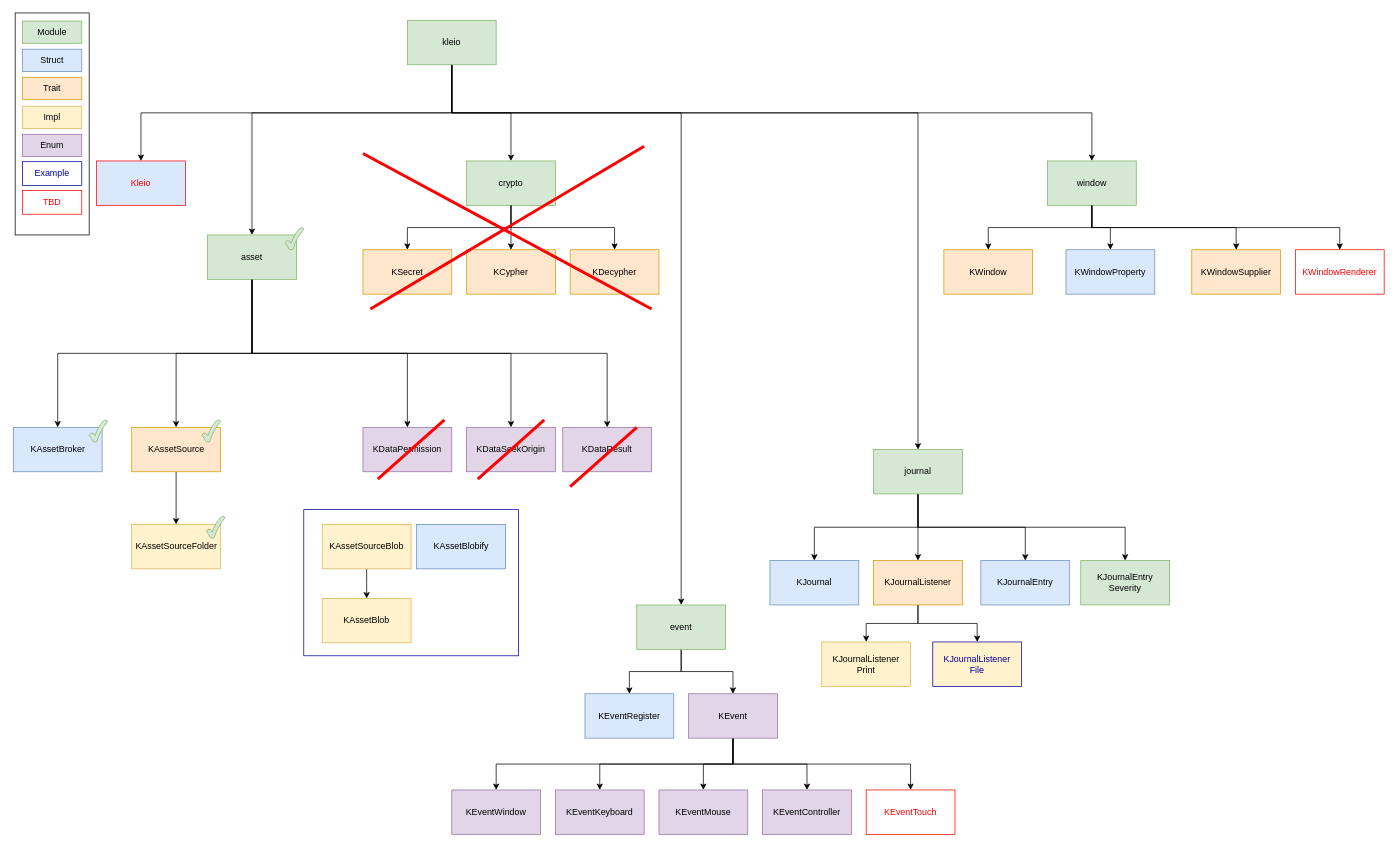
Before: diagram/kleio.drawio in NickelAngeStudio/kleio, a draw.io diagram. Source tidied: cells renumbered, new cells numbered last; positions are measured from the earlier drawing's top-left corner, leaving out a move shared by most shapes. Both pictures are drawn from the tidied source at 74%, with x=0, y=0 at pixel (13, 13).
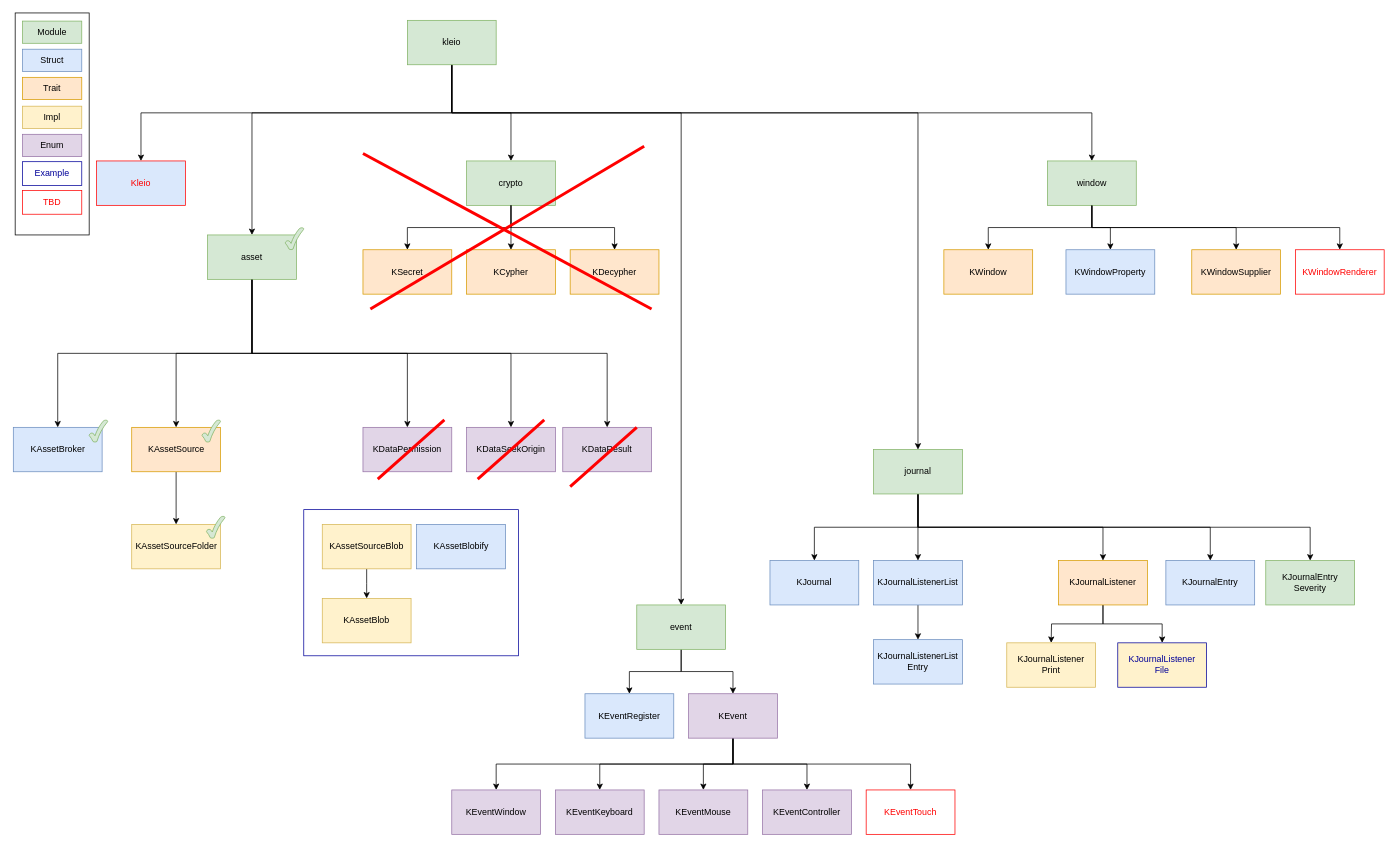
The same page after the edit.

The change refers to these unchanged cells:
```xml
<mxCell id="57" value="journal" style="rounded=0;whiteSpace=wrap;html=1;fillColor=#d5e8d4;strokeColor=#82b366;" parent="1" vertex="1">
  <mxGeometry x="1162" y="590" width="120" height="60" as="geometry" />
</mxCell>
```

The edit, as a diff of the source:
```diff
@@
-    <mxCell id="49" style="edgeStyle=orthogonalEdgeStyle;rounded=0;jettySize=auto;html=1;exitX=0.5;exitY=1;exitDx=0;exitDy=0;entryX=0.5;entryY=0;entryDx=0;entryDy=0;" parent="1" edge="1" source="51" target="60">
-      <mxGeometry relative="1" as="geometry" />
+    <mxCell id="49" style="edgeStyle=orthogonalEdgeStyle;rounded=0;jettySize=auto;html=1;exitX=0.5;exitY=1;exitDx=0;exitDy=0;entryX=0.5;entryY=0;entryDx=0;entryDy=0;" parent="1" edge="1" source="51">
+      <mxGeometry relative="1" as="geometry">
+        <mxPoint x="1402" y="851.2" as="targetPoint" />
+      </mxGeometry>
     </mxCell>
@@
     <mxCell id="51" value="KJournalListener" style="rounded=0;whiteSpace=wrap;html=1;fillColor=#ffe6cc;strokeColor=#d79b00;" parent="1" vertex="1">
-      <mxGeometry x="1162" y="740" width="120" height="60" as="geometry" />
+      <mxGeometry x="1412" y="740" width="120" height="60" as="geometry" />
     </mxCell>
     <mxCell id="52" value="KJournalEntry" style="rounded=0;whiteSpace=wrap;html=1;fillColor=#dae8fc;strokeColor=#6c8ebf;" parent="1" vertex="1">
-      <mxGeometry x="1307" y="740" width="120" height="60" as="geometry" />
+      <mxGeometry x="1557" y="740" width="120" height="60" as="geometry" />
     </mxCell>
@@
+    <mxCell id="91" style="edgeStyle=orthogonalEdgeStyle;rounded=0;jettySize=auto;html=1;exitX=0.5;exitY=1;exitDx=0;exitDy=0;" parent="1" edge="1" source="57" target="93">
+      <mxGeometry relative="1" as="geometry" />
+    </mxCell>
@@
     <mxCell id="60" value="KJournalListener&lt;br&gt;Print" style="rounded=0;whiteSpace=wrap;html=1;fillColor=#fff2cc;strokeColor=#d6b656;" parent="1" vertex="1">
-      <mxGeometry x="1092" y="850" width="120" height="60" as="geometry" />
+      <mxGeometry x="1342" y="851.2" width="120" height="60" as="geometry" />
     </mxCell>
     <mxCell id="61" value="KJournalListener&lt;br&gt;File" style="rounded=0;whiteSpace=wrap;html=1;fillColor=#fff2cc;strokeColor=#000099;fontColor=#000099;" parent="1" vertex="1">
-      <mxGeometry x="1242" y="850" width="120" height="60" as="geometry" />
+      <mxGeometry x="1492" y="851.2" width="120" height="60" as="geometry" />
     </mxCell>
@@
     <mxCell id="90" value="KJournalEntry&lt;br&gt;Severity" style="rounded=0;whiteSpace=wrap;html=1;fillColor=#d5e8d4;strokeColor=#82b366;" parent="1" vertex="1">
-      <mxGeometry x="1442" y="740" width="120" height="60" as="geometry" />
+      <mxGeometry x="1692" y="740" width="120" height="60" as="geometry" />
     </mxCell>
+    <mxCell id="92" style="edgeStyle=orthogonalEdgeStyle;rounded=0;jettySize=auto;html=1;exitX=0.5;exitY=1;exitDx=0;exitDy=0;entryX=0.5;entryY=0;entryDx=0;entryDy=0;" parent="1" edge="1" source="93" target="94">
+      <mxGeometry relative="1" as="geometry" />
+    </mxCell>
+    <mxCell id="93" value="KJournalListenerList" style="rounded=0;whiteSpace=wrap;html=1;fillColor=#dae8fc;strokeColor=#6c8ebf;" parent="1" vertex="1">
+      <mxGeometry x="1162" y="740" width="120" height="60" as="geometry" />
+    </mxCell>
+    <mxCell id="94" value="KJournalListenerList&lt;br&gt;Entry" style="rounded=0;whiteSpace=wrap;html=1;fillColor=#dae8fc;strokeColor=#6c8ebf;" parent="1" vertex="1">
+      <mxGeometry x="1162" y="846.9" width="120" height="60" as="geometry" />
+    </mxCell>
```
